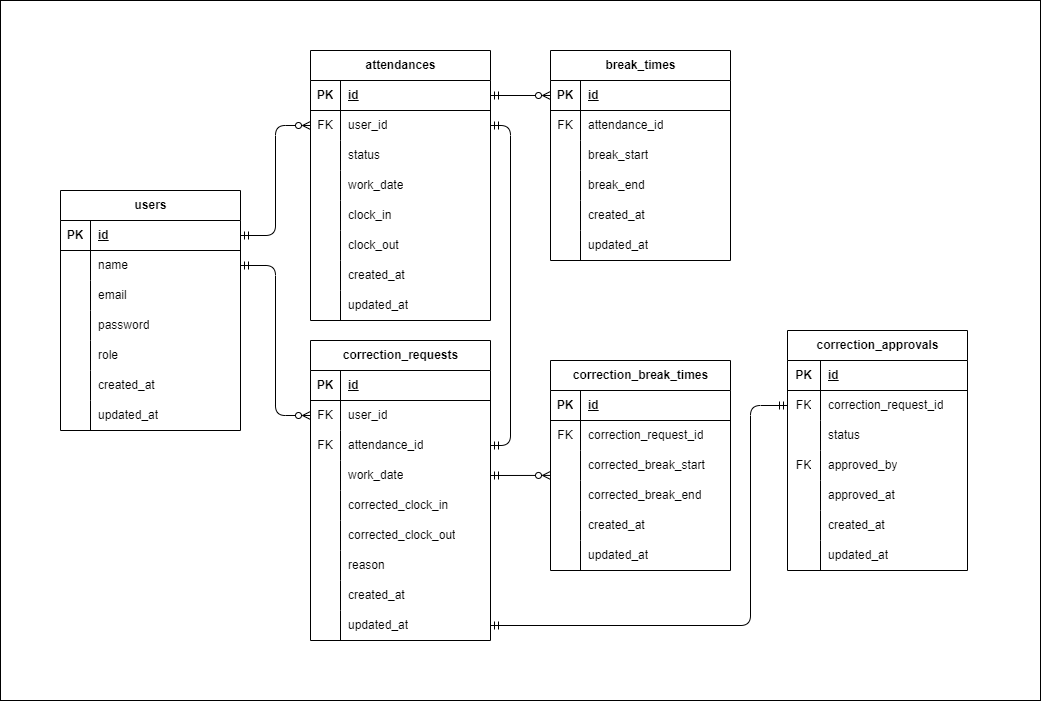
This is index.drawio.png from murata-am/attendance, a draw.io export, as it was before one commit. Source tidied: cells renumbered, new cells last; positions are measured from the earlier drawing's top-left corner, leaving out a move shared by most shapes.
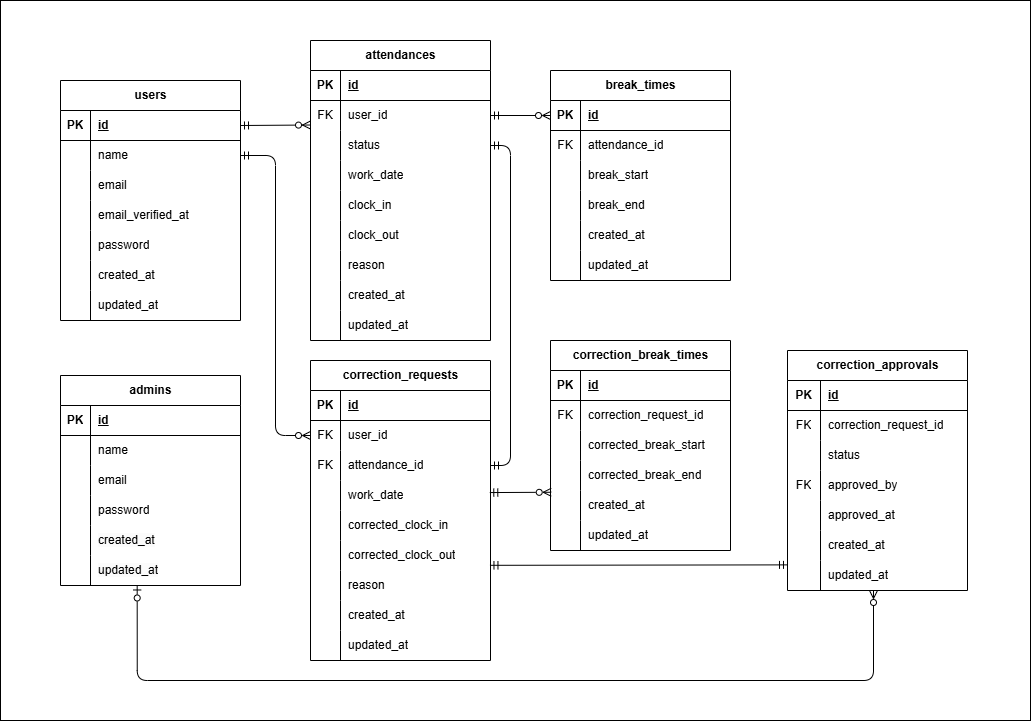
Above is the later version.

Change to the diagram source:
```diff
@@ -3,10 +3,10 @@
     <mxCell id="0" />
     <mxCell id="1" parent="0" />
     <mxCell id="2" style="rounded=0;whiteSpace=wrap;html=1;" parent="1" vertex="1">
-      <mxGeometry width="1040" height="700" as="geometry" />
+      <mxGeometry y="-20" width="1030" height="720" as="geometry" />
     </mxCell>
     <mxCell id="3" value="users" style="shape=table;startSize=30;rowLines=0;fontStyle=1;align=center;html=1;" parent="1" vertex="1">
-      <mxGeometry x="60" y="190" width="180" height="240" as="geometry" />
+      <mxGeometry x="60" y="60" width="180" height="240" as="geometry" />
     </mxCell>
     <mxCell id="4" style="shape=tableRow;horizontal=0;startSize=0;swimlaneHead=0;swimlaneBody=0;fillColor=none;points=[[0,0.5],[1,0.5]];portConstraint=eastwest;top=0;left=0;right=0;bottom=1;" parent="3" vertex="1">
       <mxGeometry y="30" width="180" height="30" as="geometry" />
@@ -41,7 +41,7 @@
     <mxCell id="14" style="shape=partialRectangle;fillColor=none;top=0;left=0;bottom=0;right=0;overflow=hidden;whiteSpace=wrap;html=1;" parent="13" vertex="1">
       <mxGeometry width="30" height="30" as="geometry" />
     </mxCell>
-    <mxCell id="15" value="password" style="shape=partialRectangle;fillColor=none;top=0;left=0;bottom=0;right=0;align=left;spacingLeft=6;overflow=hidden;whiteSpace=wrap;html=1;" parent="13" vertex="1">
+    <mxCell id="15" value="email_verified_at" style="shape=partialRectangle;fillColor=none;top=0;left=0;bottom=0;right=0;align=left;spacingLeft=6;overflow=hidden;whiteSpace=wrap;html=1;" parent="13" vertex="1">
       <mxGeometry x="30" width="150" height="30" as="geometry" />
     </mxCell>
     <mxCell id="16" style="shape=tableRow;horizontal=0;startSize=0;swimlaneHead=0;swimlaneBody=0;fillColor=none;top=0;left=0;right=0;bottom=0;" parent="3" vertex="1">
@@ -50,7 +50,7 @@
     <mxCell id="17" style="shape=partialRectangle;fillColor=none;top=0;left=0;bottom=0;right=0;overflow=hidden;whiteSpace=wrap;html=1;" parent="16" vertex="1">
       <mxGeometry width="30" height="30" as="geometry" />
     </mxCell>
-    <mxCell id="18" value="role" style="shape=partialRectangle;fillColor=none;top=0;left=0;bottom=0;right=0;align=left;spacingLeft=6;overflow=hidden;whiteSpace=wrap;html=1;" parent="16" vertex="1">
+    <mxCell id="18" value="password" style="shape=partialRectangle;fillColor=none;top=0;left=0;bottom=0;right=0;align=left;spacingLeft=6;overflow=hidden;whiteSpace=wrap;html=1;" parent="16" vertex="1">
       <mxGeometry x="30" width="150" height="30" as="geometry" />
     </mxCell>
     <mxCell id="19" style="shape=tableRow;horizontal=0;startSize=0;swimlaneHead=0;swimlaneBody=0;fillColor=none;top=0;left=0;right=0;bottom=0;" parent="3" vertex="1">
@@ -72,7 +72,7 @@
       <mxGeometry x="30" width="150" height="30" as="geometry" />
     </mxCell>
     <mxCell id="25" value="attendances" style="shape=table;startSize=30;rowLines=0;fontStyle=1;align=center;html=1;" parent="1" vertex="1">
-      <mxGeometry x="310" y="50" width="180" height="270" as="geometry" />
+      <mxGeometry x="310" y="20" width="180" height="300" as="geometry" />
     </mxCell>
     <mxCell id="26" style="shape=tableRow;horizontal=0;startSize=0;swimlaneHead=0;swimlaneBody=0;fillColor=none;points=[[0,0.5],[1,0.5]];portConstraint=eastwest;top=0;left=0;right=0;bottom=1;" parent="25" vertex="1">
       <mxGeometry y="30" width="180" height="30" as="geometry" />
@@ -134,7 +134,7 @@
     <mxCell id="45" style="shape=partialRectangle;fillColor=none;top=0;left=0;bottom=0;right=0;overflow=hidden;whiteSpace=wrap;html=1;" parent="44" vertex="1">
       <mxGeometry width="30" height="30" as="geometry" />
     </mxCell>
-    <mxCell id="46" style="shape=partialRectangle;fillColor=none;top=0;left=0;bottom=0;right=0;align=left;spacingLeft=6;overflow=hidden;whiteSpace=wrap;html=1;" parent="44" vertex="1">
+    <mxCell id="46" value="reason" style="shape=partialRectangle;fillColor=none;top=0;left=0;bottom=0;right=0;align=left;spacingLeft=6;overflow=hidden;whiteSpace=wrap;html=1;" parent="44" vertex="1">
       <mxGeometry x="30" width="150" height="30" as="geometry" />
     </mxCell>
     <mxCell id="47" style="shape=tableRow;horizontal=0;startSize=0;swimlaneHead=0;swimlaneBody=0;fillColor=none;top=0;left=0;right=0;bottom=0;" parent="25" vertex="1">
@@ -143,9 +143,18 @@
     <mxCell id="48" style="shape=partialRectangle;fillColor=none;top=0;left=0;bottom=0;right=0;overflow=hidden;whiteSpace=wrap;html=1;" parent="47" vertex="1">
       <mxGeometry width="30" height="30" as="geometry" />
     </mxCell>
-    <mxCell id="49" value="updated_at" style="shape=partialRectangle;fillColor=none;top=0;left=0;bottom=0;right=0;align=left;spacingLeft=6;overflow=hidden;whiteSpace=wrap;html=1;" parent="47" vertex="1">
+    <mxCell id="49" style="shape=partialRectangle;fillColor=none;top=0;left=0;bottom=0;right=0;align=left;spacingLeft=6;overflow=hidden;whiteSpace=wrap;html=1;" parent="47" vertex="1">
       <mxGeometry x="30" width="150" height="30" as="geometry" />
     </mxCell>
+    <mxCell id="145" style="shape=tableRow;horizontal=0;startSize=0;swimlaneHead=0;swimlaneBody=0;fillColor=none;top=0;left=0;right=0;bottom=0;" parent="25" vertex="1">
+      <mxGeometry y="270" width="180" height="30" as="geometry" />
+    </mxCell>
+    <mxCell id="146" style="shape=partialRectangle;fillColor=none;top=0;left=0;bottom=0;right=0;overflow=hidden;whiteSpace=wrap;html=1;" parent="145" vertex="1">
+      <mxGeometry width="30" height="30" as="geometry" />
+    </mxCell>
+    <mxCell id="147" value="updated_at" style="shape=partialRectangle;fillColor=none;top=0;left=0;bottom=0;right=0;align=left;spacingLeft=6;overflow=hidden;whiteSpace=wrap;html=1;" parent="145" vertex="1">
+      <mxGeometry x="30" width="150" height="30" as="geometry" />
+    </mxCell>
     <mxCell id="50" value="break_times" style="shape=table;startSize=30;rowLines=0;fontStyle=1;align=center;html=1;" parent="1" vertex="1">
       <mxGeometry x="550" y="50" width="180" height="210" as="geometry" />
     </mxCell>
@@ -354,7 +363,7 @@
       <mxGeometry x="33" width="147" height="30" as="geometry" />
     </mxCell>
     <mxCell id="119" value="correction_break_times" style="shape=table;startSize=30;rowLines=0;fontStyle=1;align=center;html=1;" parent="1" vertex="1">
-      <mxGeometry x="550" y="360" width="180" height="210" as="geometry" />
+      <mxGeometry x="550" y="320" width="180" height="210" as="geometry" />
     </mxCell>
     <mxCell id="120" style="shape=tableRow;horizontal=0;startSize=0;swimlaneHead=0;swimlaneBody=0;fillColor=none;top=0;left=0;right=0;bottom=1;" parent="119" vertex="1">
       <mxGeometry y="30" width="180" height="30" as="geometry" />
@@ -410,13 +419,13 @@
     <mxCell id="137" value="updated_at" style="shape=partialRectangle;fillColor=none;top=0;left=0;bottom=0;right=0;align=left;spacingLeft=6;overflow=hidden;whiteSpace=wrap;html=1;" parent="135" vertex="1">
       <mxGeometry x="30" width="150" height="30" as="geometry" />
     </mxCell>
-    <mxCell id="138" style="edgeStyle=orthogonalEdgeStyle;html=1;exitX=1;exitY=0.5;exitDx=0;exitDy=0;entryX=0;entryY=0.5;entryDx=0;entryDy=0;startArrow=ERmandOne;startFill=0;endArrow=ERzeroToMany;endFill=0;" parent="1" edge="1" source="4" target="29">
+    <mxCell id="138" style="html=1;exitX=1;exitY=0.5;exitDx=0;exitDy=0;entryX=0;entryY=0.817;entryDx=0;entryDy=0;startArrow=ERmandOne;startFill=0;endArrow=ERzeroToMany;endFill=0;entryPerimeter=0;" parent="1" edge="1" source="4" target="29">
       <mxGeometry relative="1" as="geometry" />
     </mxCell>
-    <mxCell id="139" style="edgeStyle=none;html=1;exitX=1;exitY=0.5;exitDx=0;exitDy=0;entryX=0;entryY=0.5;entryDx=0;entryDy=0;startArrow=ERmandOne;startFill=0;endArrow=ERzeroToMany;endFill=0;" parent="1" edge="1" source="26" target="51">
+    <mxCell id="139" style="edgeStyle=none;html=1;exitX=1;exitY=0.5;exitDx=0;exitDy=0;startArrow=ERmandOne;startFill=0;endArrow=ERzeroToMany;endFill=0;entryX=0;entryY=0.5;entryDx=0;entryDy=0;" parent="1" edge="1" source="29" target="51">
       <mxGeometry relative="1" as="geometry" />
     </mxCell>
-    <mxCell id="140" style="edgeStyle=orthogonalEdgeStyle;html=1;exitX=1;exitY=0.5;exitDx=0;exitDy=0;entryX=1;entryY=0.5;entryDx=0;entryDy=0;startArrow=ERmandOne;startFill=0;endArrow=ERmandOne;endFill=0;" parent="1" edge="1" source="29" target="76">
+    <mxCell id="140" style="edgeStyle=orthogonalEdgeStyle;html=1;exitX=1;exitY=0.5;exitDx=0;exitDy=0;entryX=1;entryY=0.5;entryDx=0;entryDy=0;startArrow=ERmandOne;startFill=0;endArrow=ERmandOne;endFill=0;" parent="1" edge="1" source="32" target="76">
       <mxGeometry relative="1" as="geometry">
         <Array as="points">
           <mxPoint x="510" y="125" />
@@ -427,19 +436,80 @@
     <mxCell id="141" style="edgeStyle=orthogonalEdgeStyle;html=1;exitX=1;exitY=0.5;exitDx=0;exitDy=0;entryX=0;entryY=0.5;entryDx=0;entryDy=0;startArrow=ERmandOne;startFill=0;endArrow=ERzeroToMany;endFill=0;" parent="1" edge="1" source="7" target="73">
       <mxGeometry relative="1" as="geometry" />
     </mxCell>
-    <mxCell id="142" style="edgeStyle=none;html=1;exitX=1;exitY=0.5;exitDx=0;exitDy=0;entryX=0;entryY=0.831;entryDx=0;entryDy=0;entryPerimeter=0;startArrow=ERmandOne;startFill=0;endArrow=ERzeroToMany;endFill=0;" parent="1" edge="1" source="79" target="126">
+    <mxCell id="142" style="html=1;exitX=0.996;exitY=0.402;exitDx=0;exitDy=0;entryX=0.004;entryY=0.059;entryDx=0;entryDy=0;entryPerimeter=0;startArrow=ERmandOne;startFill=0;endArrow=ERzeroToMany;endFill=0;exitPerimeter=0;" parent="1" edge="1" source="79" target="132">
       <mxGeometry relative="1" as="geometry" />
     </mxCell>
-    <mxCell id="143" style="edgeStyle=orthogonalEdgeStyle;html=1;exitX=1;exitY=0.5;exitDx=0;exitDy=0;entryX=0;entryY=0.5;entryDx=0;entryDy=0;startArrow=ERmandOne;startFill=0;endArrow=ERmandOne;endFill=0;" parent="1" edge="1" source="94" target="101">
-      <mxGeometry relative="1" as="geometry">
-        <Array as="points">
-          <mxPoint x="750" y="625" />
-          <mxPoint x="750" y="405" />
-        </Array>
-      </mxGeometry>
+    <mxCell id="143" style="html=1;exitX=0.997;exitY=0.827;exitDx=0;exitDy=0;entryX=0;entryY=0.146;entryDx=0;entryDy=0;startArrow=ERmandOne;startFill=0;endArrow=ERmandOne;endFill=0;exitPerimeter=0;entryPerimeter=0;" parent="1" edge="1" source="85" target="116">
+      <mxGeometry relative="1" as="geometry" />
     </mxCell>
     <mxCell id="144" value="created_at" style="shape=partialRectangle;fillColor=none;top=0;left=0;bottom=0;right=0;align=left;spacingLeft=6;overflow=hidden;whiteSpace=wrap;html=1;" parent="1" vertex="1">
       <mxGeometry x="340" y="260" width="150" height="30" as="geometry" />
     </mxCell>
+    <mxCell id="148" style="html=1;exitX=0.426;exitY=1.016;exitDx=0;exitDy=0;exitPerimeter=0;edgeStyle=orthogonalEdgeStyle;endArrow=ERzeroToMany;endFill=0;startArrow=ERzeroToOne;startFill=0;" parent="1" edge="1" source="165">
+      <mxGeometry relative="1" as="geometry">
+        <mxPoint x="873" y="570" as="targetPoint" />
+        <Array as="points">
+          <mxPoint x="137" y="660" />
+          <mxPoint x="873" y="660" />
+        </Array>
+      </mxGeometry>
+    </mxCell>
+    <mxCell id="149" value="admins" style="shape=table;startSize=30;rowLines=0;fontStyle=1;align=center;html=1;" parent="1" vertex="1">
+      <mxGeometry x="60" y="355" width="180" height="210" as="geometry" />
+    </mxCell>
+    <mxCell id="150" style="shape=tableRow;horizontal=0;startSize=0;swimlaneHead=0;swimlaneBody=0;fillColor=none;top=0;left=0;right=0;bottom=1;" parent="149" vertex="1">
+      <mxGeometry y="30" width="180" height="30" as="geometry" />
+    </mxCell>
+    <mxCell id="151" value="PK" style="shape=partialRectangle;fillColor=none;top=0;left=0;bottom=0;right=0;fontStyle=1;overflow=hidden;whiteSpace=wrap;html=1;" parent="150" vertex="1">
+      <mxGeometry width="30" height="30" as="geometry" />
+    </mxCell>
+    <mxCell id="152" value="id" style="shape=partialRectangle;fillColor=none;top=0;left=0;bottom=0;right=0;align=left;spacingLeft=6;fontStyle=5;overflow=hidden;whiteSpace=wrap;html=1;" parent="150" vertex="1">
+      <mxGeometry x="30" width="150" height="30" as="geometry" />
+    </mxCell>
+    <mxCell id="153" style="shape=tableRow;horizontal=0;startSize=0;swimlaneHead=0;swimlaneBody=0;fillColor=none;top=0;left=0;right=0;bottom=0;" parent="149" vertex="1">
+      <mxGeometry y="60" width="180" height="30" as="geometry" />
+    </mxCell>
+    <mxCell id="154" style="shape=partialRectangle;fillColor=none;top=0;left=0;bottom=0;right=0;overflow=hidden;whiteSpace=wrap;html=1;" parent="153" vertex="1">
+      <mxGeometry width="30" height="30" as="geometry" />
+    </mxCell>
+    <mxCell id="155" value="name" style="shape=partialRectangle;fillColor=none;top=0;left=0;bottom=0;right=0;align=left;spacingLeft=6;overflow=hidden;whiteSpace=wrap;html=1;" parent="153" vertex="1">
+      <mxGeometry x="30" width="150" height="30" as="geometry" />
+    </mxCell>
+    <mxCell id="156" style="shape=tableRow;horizontal=0;startSize=0;swimlaneHead=0;swimlaneBody=0;fillColor=none;top=0;left=0;right=0;bottom=0;" parent="149" vertex="1">
+      <mxGeometry y="90" width="180" height="30" as="geometry" />
+    </mxCell>
+    <mxCell id="157" style="shape=partialRectangle;fillColor=none;top=0;left=0;bottom=0;right=0;overflow=hidden;whiteSpace=wrap;html=1;" parent="156" vertex="1">
+      <mxGeometry width="30" height="30" as="geometry" />
+    </mxCell>
+    <mxCell id="158" value="email" style="shape=partialRectangle;fillColor=none;top=0;left=0;bottom=0;right=0;align=left;spacingLeft=6;overflow=hidden;whiteSpace=wrap;html=1;" parent="156" vertex="1">
+      <mxGeometry x="30" width="150" height="30" as="geometry" />
+    </mxCell>
+    <mxCell id="159" style="shape=tableRow;horizontal=0;startSize=0;swimlaneHead=0;swimlaneBody=0;fillColor=none;top=0;left=0;right=0;bottom=0;" parent="149" vertex="1">
+      <mxGeometry y="120" width="180" height="30" as="geometry" />
+    </mxCell>
+    <mxCell id="160" style="shape=partialRectangle;fillColor=none;top=0;left=0;bottom=0;right=0;overflow=hidden;whiteSpace=wrap;html=1;" parent="159" vertex="1">
+      <mxGeometry width="30" height="30" as="geometry" />
+    </mxCell>
+    <mxCell id="161" value="&lt;span style=&quot;color: rgb(0, 0, 0);&quot;&gt;password&lt;/span&gt;" style="shape=partialRectangle;fillColor=none;top=0;left=0;bottom=0;right=0;align=left;spacingLeft=6;overflow=hidden;whiteSpace=wrap;html=1;" parent="159" vertex="1">
+      <mxGeometry x="30" width="150" height="30" as="geometry" />
+    </mxCell>
+    <mxCell id="162" style="shape=tableRow;horizontal=0;startSize=0;swimlaneHead=0;swimlaneBody=0;fillColor=none;top=0;left=0;right=0;bottom=0;" parent="149" vertex="1">
+      <mxGeometry y="150" width="180" height="30" as="geometry" />
+    </mxCell>
+    <mxCell id="163" style="shape=partialRectangle;fillColor=none;top=0;left=0;bottom=0;right=0;overflow=hidden;whiteSpace=wrap;html=1;" parent="162" vertex="1">
+      <mxGeometry width="30" height="30" as="geometry" />
+    </mxCell>
+    <mxCell id="164" value="&lt;span style=&quot;color: rgb(0, 0, 0); font-family: Helvetica; font-size: 12px; font-style: normal; font-variant-ligatures: normal; font-variant-caps: normal; font-weight: 400; letter-spacing: normal; orphans: 2; text-align: left; text-indent: 0px; text-transform: none; widows: 2; word-spacing: 0px; -webkit-text-stroke-width: 0px; white-space: normal; background-color: rgb(251, 251, 251); text-decoration-thickness: initial; text-decoration-style: initial; text-decoration-color: initial; float: none; display: inline !important;&quot;&gt;created_at&lt;/span&gt;" style="shape=partialRectangle;fillColor=none;top=0;left=0;bottom=0;right=0;align=left;spacingLeft=6;overflow=hidden;whiteSpace=wrap;html=1;" parent="162" vertex="1">
+      <mxGeometry x="30" width="150" height="30" as="geometry" />
+    </mxCell>
+    <mxCell id="165" style="shape=tableRow;horizontal=0;startSize=0;swimlaneHead=0;swimlaneBody=0;fillColor=none;points=[[0,0.5],[1,0.5]];portConstraint=eastwest;top=0;left=0;right=0;bottom=0;" parent="149" vertex="1">
+      <mxGeometry y="180" width="180" height="30" as="geometry" />
+    </mxCell>
+    <mxCell id="166" style="shape=partialRectangle;fillColor=none;top=0;left=0;bottom=0;right=0;overflow=hidden;whiteSpace=wrap;html=1;" parent="165" vertex="1">
+      <mxGeometry width="30" height="30" as="geometry" />
+    </mxCell>
+    <mxCell id="167" value="&lt;span style=&quot;color: rgb(0, 0, 0); font-family: Helvetica; font-size: 12px; font-style: normal; font-variant-ligatures: normal; font-variant-caps: normal; font-weight: 400; letter-spacing: normal; orphans: 2; text-align: left; text-indent: 0px; text-transform: none; widows: 2; word-spacing: 0px; -webkit-text-stroke-width: 0px; white-space: normal; background-color: rgb(251, 251, 251); text-decoration-thickness: initial; text-decoration-style: initial; text-decoration-color: initial; float: none; display: inline !important;&quot;&gt;updated_at&lt;/span&gt;" style="shape=partialRectangle;fillColor=none;top=0;left=0;bottom=0;right=0;align=left;spacingLeft=6;overflow=hidden;whiteSpace=wrap;html=1;" parent="165" vertex="1">
+      <mxGeometry x="30" width="150" height="30" as="geometry" />
+    </mxCell>
   </root>
 </mxGraphModel>
```
